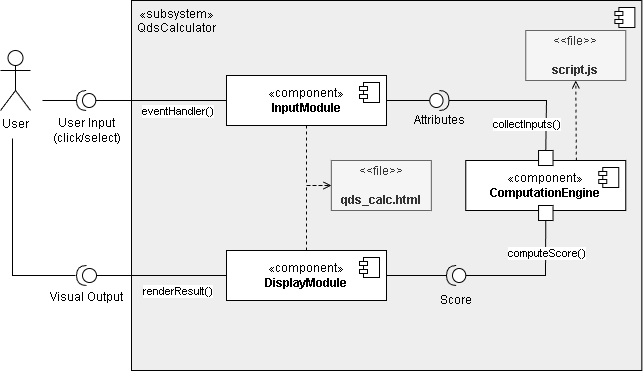
This is docs/componentdesign.png from asiyah777/QDS_Calculator, a draw.io export, as it was before one commit. Source tidied: cells renumbered, new cells last; positions are measured from the earlier drawing's top-left corner, leaving out a move shared by most shapes.
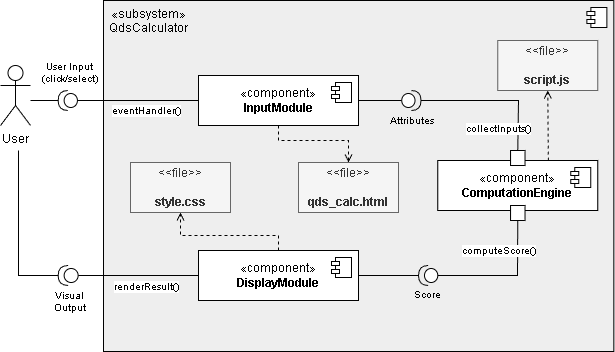
After the change.

Commit message:
edited & replaced component diagram png

The edit, as a diff of the source:
```diff
@@ -3,17 +3,18 @@
     <mxCell id="0" />
     <mxCell id="1" parent="0" />
     <mxCell id="2" value="«subsystem»&lt;div&gt;QdsCalculator&lt;/div&gt;" style="html=1;whiteSpace=wrap;align=center;verticalAlign=top;fillColor=#eeeeee;strokeColor=default;spacingLeft=100;spacingRight=520;spacing=2;" parent="1" vertex="1">
-      <mxGeometry x="131" width="510.4" height="370" as="geometry" />
+      <mxGeometry x="131" width="510.4" height="351" as="geometry" />
     </mxCell>
     <mxCell id="3" style="shape=module;jettyWidth=8;jettyHeight=4;" parent="2" vertex="1">
       <mxGeometry x="1" width="20" height="20" relative="1" as="geometry">
         <mxPoint x="-27" y="7" as="offset" />
       </mxGeometry>
     </mxCell>
-    <mxCell id="4" style="edgeStyle=none;html=1;entryX=0;entryY=0.5;entryDx=0;entryDy=0;endArrow=open;endFill=0;dashed=1;rounded=0;curved=0;exitX=0.5;exitY=1;exitDx=0;exitDy=0;" parent="1" edge="1" source="5" target="28">
+    <mxCell id="4" style="edgeStyle=none;html=1;entryX=0.5;entryY=0;entryDx=0;entryDy=0;endArrow=open;endFill=0;dashed=1;rounded=0;curved=0;exitX=0.5;exitY=1;exitDx=0;exitDy=0;" parent="1" edge="1" source="5" target="28">
       <mxGeometry relative="1" as="geometry">
         <Array as="points">
-          <mxPoint x="306" y="185" />
+          <mxPoint x="306" y="140" />
+          <mxPoint x="376" y="140" />
         </Array>
       </mxGeometry>
     </mxCell>
@@ -32,16 +33,19 @@
         </Array>
       </mxGeometry>
     </mxCell>
-    <mxCell id="8" value="computeScore()" style="edgeLabel;html=1;align=center;verticalAlign=middle;" parent="7" vertex="1">
-      <mxGeometry x="-0.53" relative="1" as="geometry" />
+    <mxCell id="8" value="computeScore()" style="edgeLabel;html=1;align=center;verticalAlign=middle;fontSize=10;" parent="7" vertex="1">
+      <mxGeometry x="-0.53" relative="1" as="geometry">
+        <mxPoint x="-20" y="-2" as="offset" />
+      </mxGeometry>
     </mxCell>
-    <mxCell id="9" style="edgeStyle=none;html=1;entryX=0;entryY=0.5;entryDx=0;entryDy=0;rounded=0;curved=0;dashed=1;endArrow=open;endFill=0;" parent="1" edge="1" source="10" target="28">
-      <mxGeometry relative="1" as="geometry">
-        <Array as="points">
-          <mxPoint x="306" y="185" />
-        </Array>
-      </mxGeometry>
-    </mxCell>
+    <mxCell id="44" style="edgeStyle=none;html=1;entryX=0.5;entryY=1;entryDx=0;entryDy=0;rounded=0;curved=0;dashed=1;endArrow=open;endFill=0;strokeWidth=1;startSize=6;" parent="1" edge="1" source="10" target="45">
+      <mxGeometry relative="1" as="geometry">
+        <Array as="points">
+          <mxPoint x="306" y="235" />
+          <mxPoint x="208" y="235" />
+        </Array>
+      </mxGeometry>
+    </mxCell>
     <mxCell id="10" value="«component»&lt;br&gt;&lt;b&gt;DisplayModule&lt;/b&gt;" style="html=1;whiteSpace=wrap;" parent="1" vertex="1">
       <mxGeometry x="226" y="250" width="160" height="50" as="geometry" />
     </mxCell>
@@ -81,7 +85,7 @@
         <mxPoint x="-27" y="7" as="offset" />
       </mxGeometry>
     </mxCell>
-    <mxCell id="21" value="Attributes" style="shape=providedRequiredInterface;html=1;verticalLabelPosition=bottom;sketch=0;" parent="1" vertex="1">
+    <mxCell id="21" value="&lt;font&gt;Attributes&lt;/font&gt;" style="shape=providedRequiredInterface;html=1;verticalLabelPosition=bottom;sketch=0;fontSize=10;" parent="1" vertex="1">
       <mxGeometry x="429.3" y="90" width="19.3" height="20" as="geometry" />
     </mxCell>
     <mxCell id="22" style="html=1;rounded=0;" parent="1" vertex="1">
@@ -94,22 +98,22 @@
         </Array>
       </mxGeometry>
     </mxCell>
-    <mxCell id="24" value="collectInputs()" style="edgeLabel;html=1;align=center;verticalAlign=middle;" parent="23" vertex="1">
+    <mxCell id="24" value="collectInputs()" style="edgeLabel;html=1;align=center;verticalAlign=middle;fontSize=10;" parent="23" vertex="1">
       <mxGeometry x="-0.64" y="2" relative="1" as="geometry">
-        <mxPoint x="-18" as="offset" />
+        <mxPoint x="-18" y="4" as="offset" />
       </mxGeometry>
     </mxCell>
     <mxCell id="25" style="shape=providedRequiredInterface;html=1;verticalLabelPosition=bottom;sketch=0;rotation=-180;" parent="1" vertex="1">
       <mxGeometry x="446" y="265" width="19.3" height="20" as="geometry" />
     </mxCell>
-    <mxCell id="26" value="Score" style="text;strokeColor=none;align=center;fillColor=none;html=1;verticalAlign=middle;whiteSpace=wrap;rounded=0;" parent="1" vertex="1">
-      <mxGeometry x="417.3" y="285" width="76.8" height="30" as="geometry" />
+    <mxCell id="26" value="Score" style="text;strokeColor=none;align=center;fillColor=none;html=1;verticalAlign=middle;whiteSpace=wrap;rounded=0;fontSize=10;" parent="1" vertex="1">
+      <mxGeometry x="417.3" y="279" width="76.8" height="30" as="geometry" />
     </mxCell>
     <mxCell id="27" style="html=1;rounded=0;" parent="1" vertex="1">
       <mxGeometry x="538.1" y="205" width="14.5" height="15" as="geometry" />
     </mxCell>
     <mxCell id="28" value="&amp;lt;&amp;lt;file&amp;gt;&amp;gt;&lt;br&gt;&lt;br&gt;&lt;b&gt;qds_calc.html&lt;/b&gt;" style="html=1;align=center;verticalAlign=middle;dashed=0;whiteSpace=wrap;fillColor=#f5f5f5;fontColor=#333333;strokeColor=#666666;" parent="1" vertex="1">
-      <mxGeometry x="330.8" y="160" width="100" height="50" as="geometry" />
+      <mxGeometry x="326" y="162" width="100" height="50" as="geometry" />
     </mxCell>
     <mxCell id="29" style="edgeStyle=none;html=1;endArrow=none;endFill=0;entryX=0;entryY=0.5;entryDx=0;entryDy=0;entryPerimeter=0;" parent="1" edge="1" source="10" target="34">
       <mxGeometry relative="1" as="geometry" />
@@ -119,19 +123,19 @@
         <mxPoint x="-86" y="-76" as="offset" />
       </mxGeometry>
     </mxCell>
-    <mxCell id="31" value="renderResult()" style="edgeLabel;html=1;align=center;verticalAlign=middle;" parent="29" vertex="1">
+    <mxCell id="31" value="renderResult()" style="edgeLabel;html=1;align=center;verticalAlign=middle;fontSize=10;" parent="29" vertex="1">
       <mxGeometry x="0.33" y="1" relative="1" as="geometry">
-        <mxPoint x="37" y="14" as="offset" />
+        <mxPoint x="28" y="10" as="offset" />
       </mxGeometry>
     </mxCell>
     <mxCell id="32" value="&amp;lt;&amp;lt;file&amp;gt;&amp;gt;&lt;br&gt;&lt;br&gt;&lt;b&gt;script.js&lt;/b&gt;" style="html=1;align=center;verticalAlign=middle;dashed=0;whiteSpace=wrap;fillColor=#f5f5f5;fontColor=#333333;strokeColor=#666666;" parent="1" vertex="1">
-      <mxGeometry x="525.3" y="30" width="100" height="50" as="geometry" />
+      <mxGeometry x="525.3" y="40" width="100" height="50" as="geometry" />
     </mxCell>
-    <mxCell id="33" value="Visual Output" style="text;html=1;align=center;verticalAlign=middle;strokeColor=none;fillColor=none;" parent="1" vertex="1">
-      <mxGeometry x="41" y="281.7" width="90" height="30" as="geometry" />
+    <mxCell id="33" value="Visual&lt;div&gt;Output&lt;/div&gt;" style="text;html=1;align=center;verticalAlign=middle;strokeColor=none;fillColor=none;fontSize=10;" parent="1" vertex="1">
+      <mxGeometry x="72.1" y="283" width="49" height="36" as="geometry" />
     </mxCell>
     <mxCell id="34" style="shape=providedRequiredInterface;html=1;verticalLabelPosition=bottom;sketch=0;rotation=-180;" parent="1" vertex="1">
-      <mxGeometry x="76" y="265" width="20" height="20" as="geometry" />
+      <mxGeometry x="85.6" y="265" width="20" height="20" as="geometry" />
     </mxCell>
     <mxCell id="35" style="edgeStyle=none;html=1;strokeColor=none;" parent="1" edge="1" target="40">
       <mxGeometry relative="1" as="geometry">
@@ -146,34 +150,36 @@
     <mxCell id="37" style="edgeStyle=none;html=1;entryX=0;entryY=0.5;entryDx=0;entryDy=0;endArrow=none;endFill=0;" parent="1" edge="1" source="40" target="5">
       <mxGeometry relative="1" as="geometry" />
     </mxCell>
-    <mxCell id="38" value="eventHandler()" style="edgeLabel;html=1;align=center;verticalAlign=middle;" parent="37" vertex="1">
+    <mxCell id="38" value="eventHandler()" style="edgeLabel;html=1;align=center;verticalAlign=middle;fontSize=10;" parent="37" vertex="1">
       <mxGeometry relative="1" as="geometry">
-        <mxPoint x="16" y="10" as="offset" />
+        <mxPoint x="9" y="10" as="offset" />
       </mxGeometry>
     </mxCell>
     <mxCell id="39" style="edgeStyle=none;html=1;exitX=1;exitY=0.5;exitDx=0;exitDy=0;exitPerimeter=0;endArrow=none;endFill=0;" parent="1" edge="1" source="40">
       <mxGeometry relative="1" as="geometry">
-        <mxPoint x="42" y="100" as="targetPoint" />
+        <mxPoint x="58" y="100" as="targetPoint" />
       </mxGeometry>
     </mxCell>
     <mxCell id="40" style="shape=providedRequiredInterface;html=1;verticalLabelPosition=bottom;sketch=0;rotation=-180;" parent="1" vertex="1">
-      <mxGeometry x="76" y="90" width="19.3" height="20" as="geometry" />
+      <mxGeometry x="85.6" y="90" width="19.3" height="20" as="geometry" />
     </mxCell>
-    <mxCell id="41" value="User Input&lt;br&gt;(click/select)" style="text;html=1;align=center;verticalAlign=middle;strokeColor=none;fillColor=none;" parent="1" vertex="1">
-      <mxGeometry x="41" y="110" width="90" height="40" as="geometry" />
+    <mxCell id="41" value="User Input&lt;br&gt;(click/select)" style="text;html=1;align=center;verticalAlign=middle;strokeColor=none;fillColor=none;fontSize=10;" parent="1" vertex="1">
+      <mxGeometry x="58.1" y="54" width="77" height="36" as="geometry" />
     </mxCell>
-    <mxCell id="42" style="edgeStyle=none;html=1;endArrow=none;endFill=0;rounded=0;curved=0;" parent="1" edge="1">
+    <mxCell id="42" style="edgeStyle=none;html=1;endArrow=none;endFill=0;rounded=0;curved=0;exitX=1;exitY=0.5;exitDx=0;exitDy=0;exitPerimeter=0;" parent="1" edge="1" source="34">
       <mxGeometry relative="1" as="geometry">
-        <mxPoint x="75" y="275" as="sourcePoint" />
-        <mxPoint x="12" y="138" as="targetPoint" />
+        <mxPoint x="46" y="150" as="targetPoint" />
         <Array as="points">
-          <mxPoint x="12" y="275" />
-          <mxPoint x="12" y="190" />
+          <mxPoint x="46" y="275" />
+          <mxPoint x="46" y="190" />
         </Array>
       </mxGeometry>
     </mxCell>
     <mxCell id="43" value="User" style="shape=umlActor;verticalLabelPosition=bottom;verticalAlign=top;html=1;" parent="1" vertex="1">
-      <mxGeometry y="50" width="30" height="60" as="geometry" />
+      <mxGeometry x="28" y="65" width="30" height="60" as="geometry" />
     </mxCell>
+    <mxCell id="45" value="&amp;lt;&amp;lt;file&amp;gt;&amp;gt;&lt;br&gt;&lt;br&gt;&lt;b&gt;style.css&lt;/b&gt;" style="html=1;align=center;verticalAlign=middle;dashed=0;whiteSpace=wrap;fillColor=#f5f5f5;fontColor=#333333;strokeColor=#666666;" parent="1" vertex="1">
+      <mxGeometry x="158" y="162" width="100" height="50" as="geometry" />
+    </mxCell>
   </root>
 </mxGraphModel>
```
